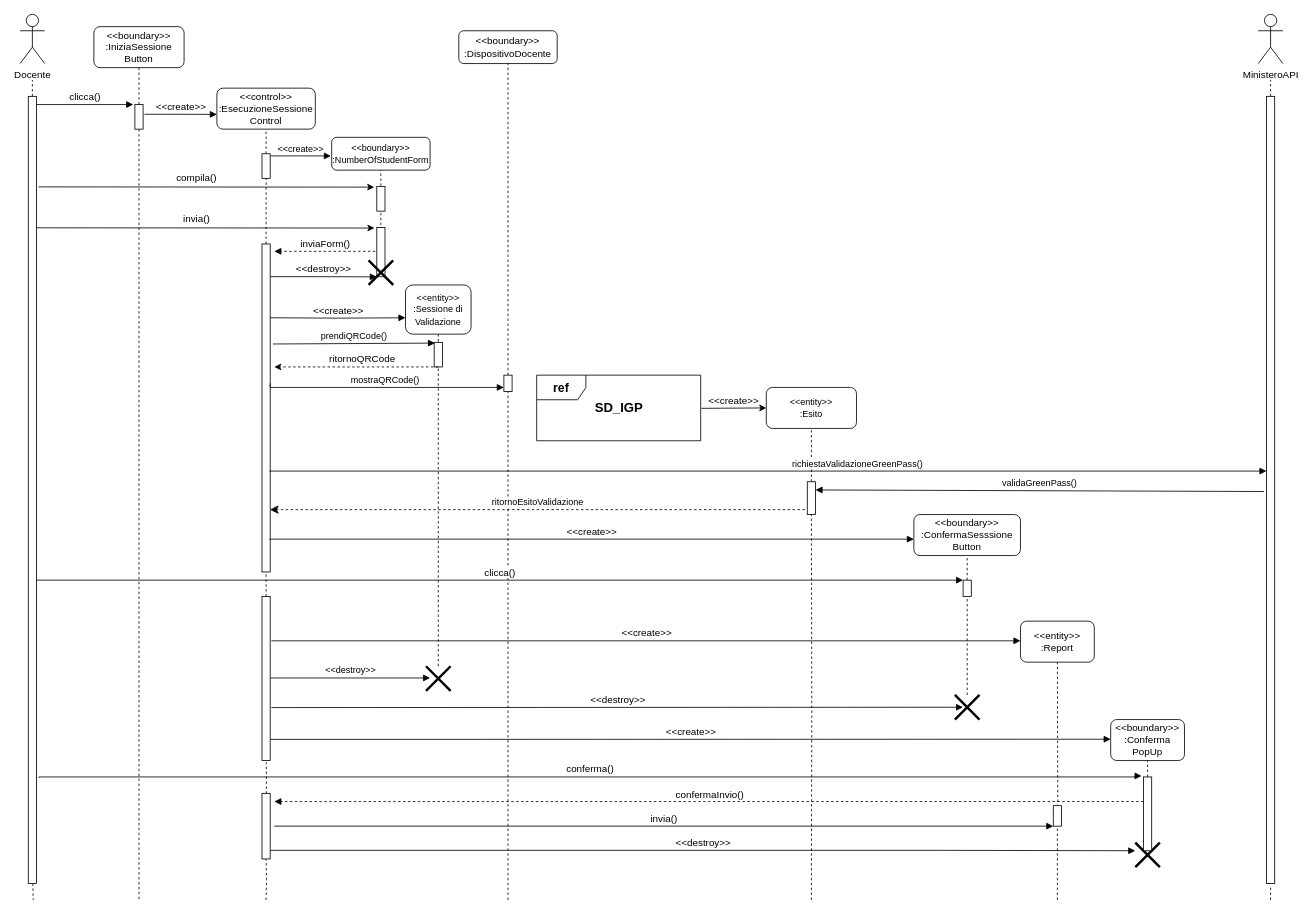
Above: Documentazione/Resources/Sequence Diagram/Esecuzione Sessione/Sequence Diagram ExecuteSession.drawio in Alberto-00/EasyPass (draw.io), before the change. Source tidied: cells renumbered, new cells numbered last; positions are measured from the earlier drawing's top-left corner, leaving out a move shared by most shapes. Both pictures are drawn from the tidied source at 82%, with x=0, y=0 at pixel (20, 14).
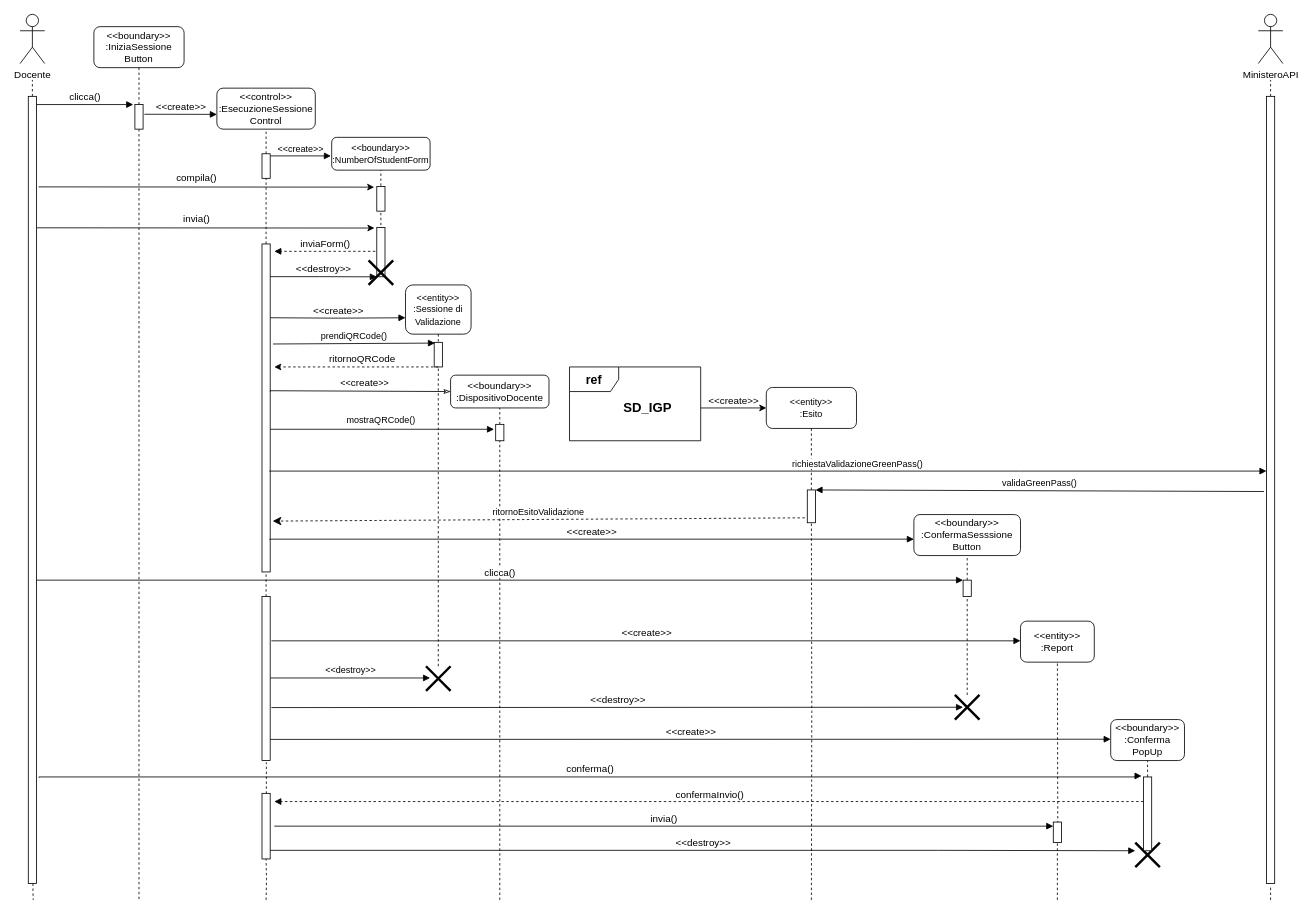
After the change.

Unchanged cells that the change refers to:
```xml
<mxCell id="20" style="html=1;points=[];perimeter=orthogonalPerimeter;" parent="1" vertex="1">
  <mxGeometry x="295" y="280" width="10" height="400" as="geometry" />
</mxCell>
<mxCell id="37" value="&lt;span style=&quot;font-size: 11px&quot;&gt;&amp;lt;&amp;lt;entity&amp;gt;&amp;gt;&lt;br&gt;:Esito&lt;/span&gt;" style="rounded=1;whiteSpace=wrap;html=1;" parent="1" vertex="1">
  <mxGeometry x="910" y="455" width="110" height="50" as="geometry" />
</mxCell>
<mxCell id="79" style="html=1;points=[];perimeter=orthogonalPerimeter;" parent="1" vertex="1">
  <mxGeometry x="1520" y="100" width="10" height="960" as="geometry" />
</mxCell>
```

Diff of the diagram source:
```diff
@@
     <mxCell id="30" value="&amp;lt;&amp;lt;boundary&amp;gt;&amp;gt;&lt;br&gt;:DispositivoDocente" style="rounded=1;whiteSpace=wrap;html=1;" parent="1" vertex="1">
-      <mxGeometry x="535" y="20" width="120" height="40" as="geometry" />
+      <mxGeometry x="525" y="440" width="120" height="40" as="geometry" />
     </mxCell>
@@
     <mxCell id="32" style="html=1;points=[];perimeter=orthogonalPerimeter;" parent="1" vertex="1">
-      <mxGeometry x="590" y="440" width="10" height="20" as="geometry" />
+      <mxGeometry x="580" y="500" width="10" height="20" as="geometry" />
     </mxCell>
     <mxCell id="33" style="endArrow=none;dashed=1;html=1;rounded=0;edgeStyle=orthogonalEdgeStyle;entryX=0.5;entryY=1;entryDx=0;entryDy=0;" parent="1" edge="1" target="32">
       <mxGeometry relative="1" as="geometry">
-        <mxPoint x="595" y="1080" as="sourcePoint" />
+        <mxPoint x="585" y="1080" as="sourcePoint" />
         <Array as="points">
-          <mxPoint x="595" y="600" />
+          <mxPoint x="585" y="1080" />
         </Array>
       </mxGeometry>
     </mxCell>
-    <mxCell id="34" value="mostraQRCode()" style="html=1;verticalAlign=bottom;endArrow=block;rounded=0;edgeStyle=orthogonalEdgeStyle;entryX=0;entryY=0.75;entryDx=0;entryDy=0;entryPerimeter=0;" parent="1" edge="1" target="32">
-      <mxGeometry relative="1" as="geometry">
-        <mxPoint x="305" y="450" as="sourcePoint" />
-        <Array as="points">
-          <mxPoint x="305" y="455" />
-        </Array>
-      </mxGeometry>
-    </mxCell>
     <mxCell id="35" value="&lt;font style=&quot;font-size: 15px&quot;&gt;&lt;b&gt;ref&lt;/b&gt;&lt;/font&gt;" style="shape=umlFrame;whiteSpace=wrap;html=1;" parent="1" vertex="1">
-      <mxGeometry x="630" y="440" width="200" height="80" as="geometry" />
+      <mxGeometry x="670" y="430" width="160" height="90" as="geometry" />
     </mxCell>
     <mxCell id="36" value="&lt;font style=&quot;font-size: 16px&quot;&gt;&lt;b&gt;SD_IGP&lt;/b&gt;&lt;/font&gt;" style="text;html=1;align=center;verticalAlign=middle;strokeColor=none;fillColor=none;" parent="1" vertex="1">
-      <mxGeometry x="695" y="470" width="70" height="20" as="geometry" />
+      <mxGeometry x="730" y="470" width="70" height="20" as="geometry" />
     </mxCell>
@@
     <mxCell id="39" style="html=1;points=[];perimeter=orthogonalPerimeter;" parent="1" vertex="1">
-      <mxGeometry x="960" y="570" width="10" height="40" as="geometry" />
+      <mxGeometry x="960" y="580" width="10" height="40" as="geometry" />
     </mxCell>
@@
-    <mxCell id="65" style="html=1;points=[];perimeter=orthogonalPerimeter;" parent="1" vertex="1">
-      <mxGeometry x="1260" y="965" width="10" height="25" as="geometry" />
-    </mxCell>
-    <mxCell id="66" style="endArrow=none;dashed=1;html=1;rounded=0;" parent="1" edge="1">
+    <mxCell id="66" style="endArrow=none;dashed=1;html=1;rounded=0;startArrow=none;" parent="1" edge="1" source="65">
       <mxGeometry relative="1" as="geometry">
-        <mxPoint x="1265" y="1080" as="sourcePoint" />
         <mxPoint x="1265" y="990" as="targetPoint" />
       </mxGeometry>
     </mxCell>
@@
-    <mxCell id="73" style="endArrow=classic;html=1;rounded=0;fontSize=15;entryX=0;entryY=0.5;entryDx=0;entryDy=0;exitX=1.005;exitY=0.506;exitDx=0;exitDy=0;exitPerimeter=0;" parent="1" edge="1" source="35" target="37">
+    <mxCell id="73" style="endArrow=classic;html=1;rounded=0;fontSize=15;entryX=0;entryY=0.5;entryDx=0;entryDy=0;exitX=1;exitY=0.556;exitDx=0;exitDy=0;exitPerimeter=0;" parent="1" edge="1" source="35" target="37">
       <mxGeometry relative="1" as="geometry" />
     </mxCell>
@@
-    <mxCell id="81" value="validaGreenPass()" style="html=1;verticalAlign=bottom;endArrow=block;rounded=0;exitX=-0.3;exitY=0.502;exitDx=0;exitDy=0;exitPerimeter=0;entryX=1;entryY=0.25;entryDx=0;entryDy=0;entryPerimeter=0;" parent="1" edge="1" source="79" target="39">
+    <mxCell id="81" value="validaGreenPass()" style="html=1;verticalAlign=bottom;endArrow=block;rounded=0;exitX=-0.3;exitY=0.502;exitDx=0;exitDy=0;exitPerimeter=0;entryX=1;entryY=0;entryDx=0;entryDy=0;entryPerimeter=0;" parent="1" edge="1" source="79" target="39">
       <mxGeometry relative="1" as="geometry" />
     </mxCell>
-    <mxCell id="82" value="ritornoEsitoValidazione" style="html=1;verticalAlign=bottom;endArrow=classic;dashed=1;endSize=8;rounded=0;exitX=-0.3;exitY=0.85;exitDx=0;exitDy=0;exitPerimeter=0;entryX=0.962;entryY=0.81;entryDx=0;entryDy=0;entryPerimeter=0;endFill=1;" parent="1" edge="1" source="39" target="20">
+    <mxCell id="82" value="ritornoEsitoValidazione" style="html=1;verticalAlign=bottom;endArrow=classic;dashed=1;endSize=8;rounded=0;exitX=-0.3;exitY=0.85;exitDx=0;exitDy=0;exitPerimeter=0;entryX=1.3;entryY=0.845;entryDx=0;entryDy=0;entryPerimeter=0;endFill=1;" parent="1" edge="1" source="39" target="20">
       <mxGeometry relative="1" as="geometry" />
     </mxCell>
@@
+    <mxCell id="65" style="html=1;points=[];perimeter=orthogonalPerimeter;" parent="1" vertex="1">
+      <mxGeometry x="1260" y="985" width="10" height="25" as="geometry" />
+    </mxCell>
+    <mxCell id="85" style="endArrow=none;dashed=1;html=1;rounded=0;" parent="1" edge="1" target="65">
+      <mxGeometry relative="1" as="geometry">
+        <mxPoint x="1265" y="1080" as="sourcePoint" />
+      </mxGeometry>
+    </mxCell>
+    <mxCell id="86" style="html=1;verticalAlign=bottom;labelBackgroundColor=none;endArrow=block;endFill=1;rounded=0;edgeStyle=orthogonalEdgeStyle;entryX=-0.2;entryY=0.3;entryDx=0;entryDy=0;exitX=1;exitY=0.565;exitDx=0;exitDy=0;exitPerimeter=0;entryPerimeter=0;" parent="1" edge="1" source="20" target="32">
+      <mxGeometry relative="1" as="geometry" />
+    </mxCell>
+    <mxCell id="34" value="&lt;font style=&quot;font-size: 11px&quot;&gt;mostraQRCode()&lt;/font&gt;" style="text;html=1;align=center;verticalAlign=middle;strokeColor=none;fillColor=none;" parent="1" vertex="1">
+      <mxGeometry x="390" y="485" width="100" height="20" as="geometry" />
+    </mxCell>
+    <mxCell id="87" style="html=1;verticalAlign=bottom;labelBackgroundColor=none;endArrow=classicThin;endFill=0;rounded=0;edgeStyle=orthogonalEdgeStyle;exitX=1;exitY=0.45;exitDx=0;exitDy=0;entryX=0;entryY=0.5;entryDx=0;entryDy=0;fontSize=11;exitPerimeter=0;" parent="1" edge="1" source="20" target="30">
+      <mxGeometry relative="1" as="geometry">
+        <Array as="points">
+          <mxPoint x="305" y="459" />
+        </Array>
+      </mxGeometry>
+    </mxCell>
+    <mxCell id="88" value="&amp;lt;&amp;lt;&lt;font style=&quot;font-size: 12px&quot;&gt;create&lt;/font&gt;&amp;gt;&amp;gt;" style="text;html=1;align=center;verticalAlign=middle;strokeColor=none;fillColor=none;fontSize=11;" parent="1" vertex="1">
+      <mxGeometry x="385" y="440" width="70" height="20" as="geometry" />
+    </mxCell>
```
